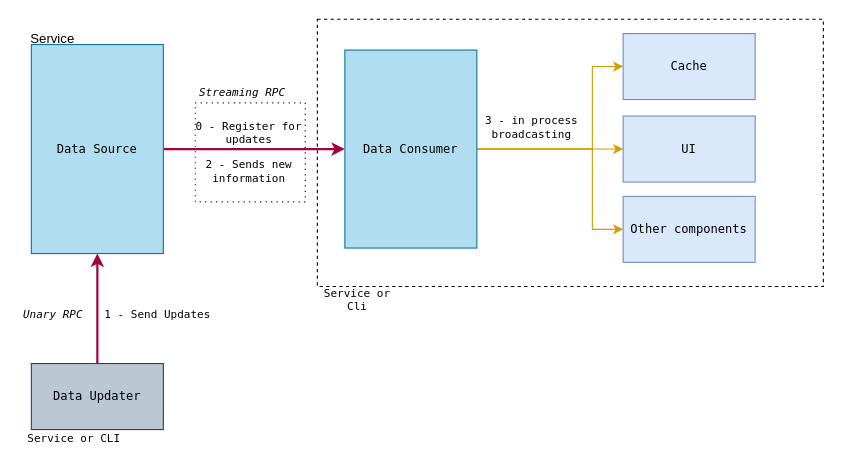
Earlier version of the draw.io diagram page "Streaming" (3 of 16) of docs/Jobico.drawio (andrescosta/jobico-fn). Source tidied: cells renumbered, new cells numbered last; positions are measured from the earlier drawing's top-left corner, leaving out a move shared by most shapes. Both pictures are drawn from the tidied source at 110%, with x=0, y=0 at pixel (19, 19).
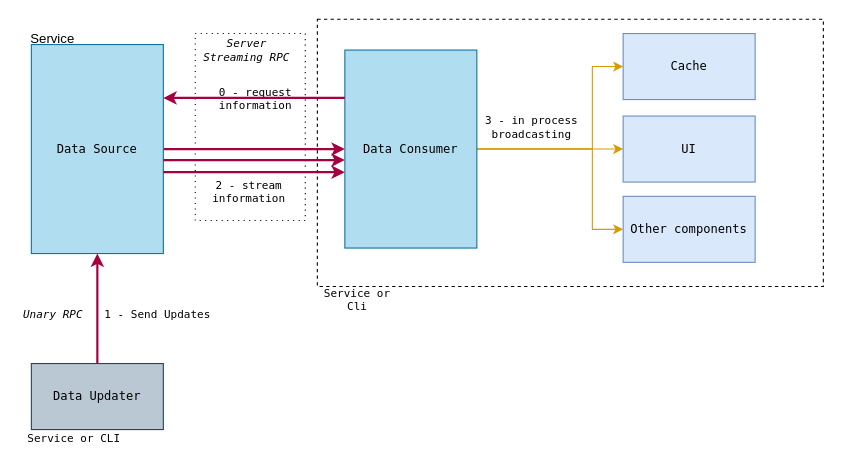
The same page after the edit.

Change to the diagram source:
```diff
@@
     <mxCell id="3" style="rounded=0;whiteSpace=wrap;html=1;fillColor=none;dashed=1;fontSize=11;dashPattern=1 4;" parent="1" vertex="1">
-      <mxGeometry x="160" y="76" width="100" height="90" as="geometry" />
+      <mxGeometry x="160" y="13" width="100" height="170" as="geometry" />
     </mxCell>
-    <mxCell id="4" value="Streaming RPC" style="text;html=1;strokeColor=none;fillColor=none;align=center;verticalAlign=middle;whiteSpace=wrap;rounded=0;fontSize=10;fontStyle=2;fontFamily=Lucida Console;" parent="1" vertex="1">
-      <mxGeometry x="155" y="51" width="96" height="30" as="geometry" />
+    <mxCell id="4" value="Server Streaming RPC" style="text;html=1;strokeColor=none;fillColor=none;align=center;verticalAlign=middle;whiteSpace=wrap;rounded=0;fontSize=10;fontStyle=2;fontFamily=Lucida Console;" parent="1" vertex="1">
+      <mxGeometry x="159" y="13" width="96" height="30" as="geometry" />
     </mxCell>
@@
-    <mxCell id="17" value="0 - Register for updates" style="text;html=1;strokeColor=none;fillColor=none;align=center;verticalAlign=middle;whiteSpace=wrap;rounded=0;fontFamily=Lucida Console;fontSize=10;fontStyle=0;" parent="1" vertex="1">
-      <mxGeometry x="159" y="88" width="100" height="30" as="geometry" />
+    <mxCell id="17" value="0 - request information" style="text;html=1;strokeColor=none;fillColor=none;align=center;verticalAlign=middle;whiteSpace=wrap;rounded=0;fontFamily=Lucida Console;fontSize=10;fontStyle=0;" parent="1" vertex="1">
+      <mxGeometry x="165" y="57" width="100" height="30" as="geometry" />
     </mxCell>
-    <mxCell id="18" value="2 - Sends new information" style="text;html=1;strokeColor=none;fillColor=none;align=center;verticalAlign=middle;whiteSpace=wrap;rounded=0;fontFamily=Lucida Console;fontSize=10;fontStyle=0;" parent="1" vertex="1">
-      <mxGeometry x="159" y="123" width="100" height="30" as="geometry" />
+    <mxCell id="18" value="2 - stream&lt;br&gt;information" style="text;html=1;strokeColor=none;fillColor=none;align=center;verticalAlign=middle;whiteSpace=wrap;rounded=0;fontFamily=Lucida Console;fontSize=10;fontStyle=0;" parent="1" vertex="1">
+      <mxGeometry x="159" y="142" width="100" height="30" as="geometry" />
     </mxCell>
@@
+    <mxCell id="24" style="edgeStyle=orthogonalEdgeStyle;rounded=0;orthogonalLoop=1;jettySize=auto;html=1;startArrow=classic;startFill=1;fillColor=#d80073;strokeColor=#A50040;strokeWidth=2;exitX=1;exitY=0.25;exitDx=0;exitDy=0;endArrow=none;endFill=0;" parent="1" edge="1">
+      <mxGeometry relative="1" as="geometry">
+        <mxPoint x="131" y="71.5" as="sourcePoint" />
+        <mxPoint x="296" y="71.5" as="targetPoint" />
+        <Array as="points">
+          <mxPoint x="251" y="72" />
+          <mxPoint x="251" y="72" />
+        </Array>
+      </mxGeometry>
+    </mxCell>
+    <mxCell id="25" style="edgeStyle=orthogonalEdgeStyle;rounded=0;orthogonalLoop=1;jettySize=auto;html=1;startArrow=none;startFill=0;fillColor=#d80073;strokeColor=#A50040;strokeWidth=2;" parent="1" edge="1">
+      <mxGeometry relative="1" as="geometry">
+        <mxPoint x="131" y="128" as="sourcePoint" />
+        <mxPoint x="296" y="128" as="targetPoint" />
+      </mxGeometry>
+    </mxCell>
+    <mxCell id="26" style="edgeStyle=orthogonalEdgeStyle;rounded=0;orthogonalLoop=1;jettySize=auto;html=1;startArrow=none;startFill=0;fillColor=#d80073;strokeColor=#A50040;strokeWidth=2;" parent="1" edge="1">
+      <mxGeometry relative="1" as="geometry">
+        <mxPoint x="131" y="139" as="sourcePoint" />
+        <mxPoint x="296" y="139" as="targetPoint" />
+      </mxGeometry>
+    </mxCell>
```
